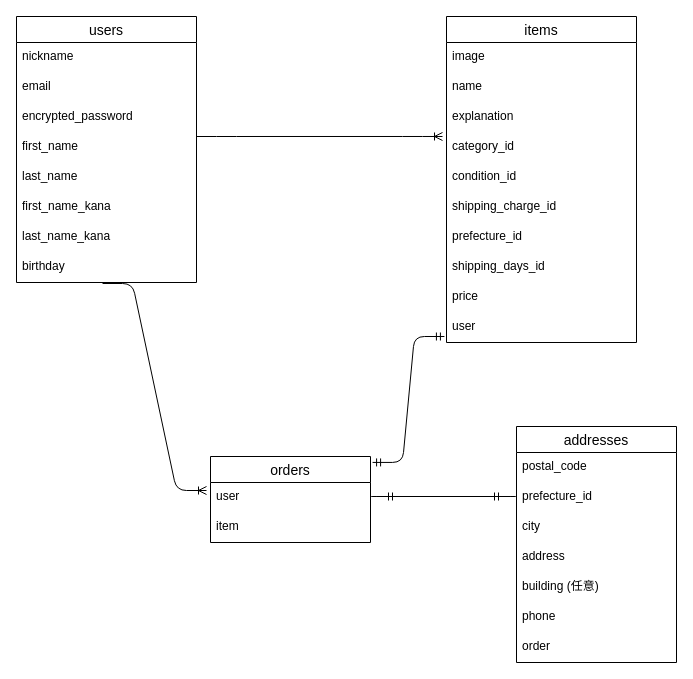
Earlier version of the draw.io diagram test.dio (ricky0906/furima-30954). Source tidied: cells renumbered, new cells numbered last; positions are measured from the earlier drawing's top-left corner, leaving out a move shared by most shapes. Both pictures are drawn from the tidied source at 100%, with x=0, y=0 at pixel (16, 16).
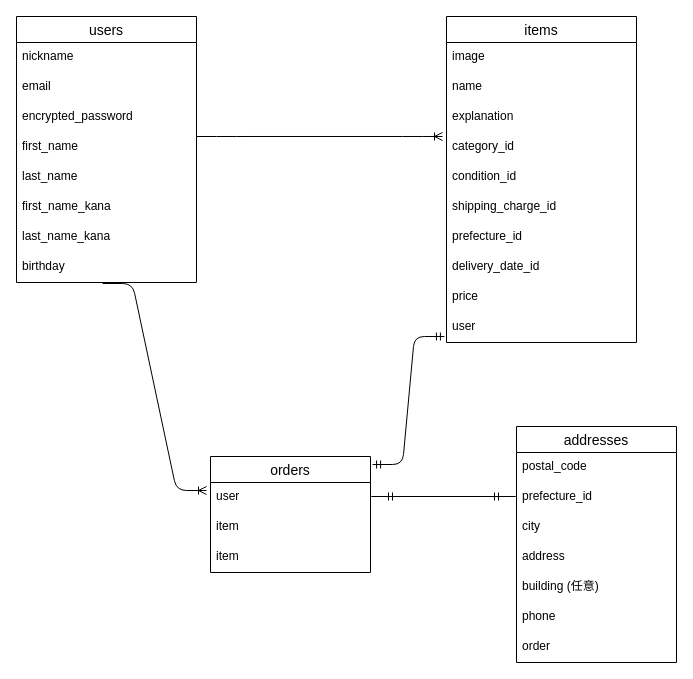
Above is the later version.

Unchanged cells that the change refers to:
```xml
<mxCell id="11" value="items" style="swimlane;fontStyle=0;horizontal=1;startSize=26;align=center;fontSize=14;" parent="1" vertex="1">
  <mxGeometry x="430" width="190" height="326" as="geometry" />
</mxCell>
```

Diff of the diagram source:
```diff
@@
-    <mxCell id="19" value="shipping_days_id" style="text;strokeColor=none;fillColor=none;spacingLeft=4;spacingRight=4;overflow=hidden;fontSize=12;" parent="11" vertex="1">
+    <mxCell id="19" value="delivery_date_id" style="text;strokeColor=none;fillColor=none;spacingLeft=4;spacingRight=4;overflow=hidden;fontSize=12;" parent="11" vertex="1">
       <mxGeometry y="236" width="190" height="30" as="geometry" />
     </mxCell>
@@
     <mxCell id="22" value="orders" style="swimlane;fontStyle=0;horizontal=1;startSize=26;align=center;fontSize=14;" parent="1" vertex="1">
-      <mxGeometry x="194" y="440" width="160" height="86" as="geometry" />
+      <mxGeometry x="194" y="440" width="160" height="116" as="geometry" />
     </mxCell>
@@
+    <mxCell id="37" value="item" style="text;strokeColor=none;fillColor=none;spacingLeft=4;spacingRight=4;overflow=hidden;fontSize=12;" parent="22" vertex="1">
+      <mxGeometry y="86" width="160" height="30" as="geometry" />
+    </mxCell>
```
